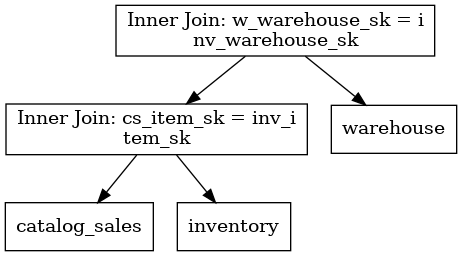
Earlier version of the Graphviz export examples/minimal.png (andygrove/qpml). Its source is kept beside it as examples/minimal.dot. Source of this version:
```dot
digraph G {

node0 [shape=box; label="Inner Join: w_warehouse_sk = i\nnv_warehouse_sk"];
	node0 -> node0_0;
node0_0 [shape=box; label="Inner Join: cs_item_sk = inv_i\ntem_sk"];
	node0_0 -> node0_0_0;
node0_0_0 [shape=box; label="catalog_sales"];
	node0_0 -> node0_0_1;
node0_0_1 [shape=box; label="inventory"];
	node0 -> node0_1;
node0_1 [shape=box; label="warehouse"];
}
```
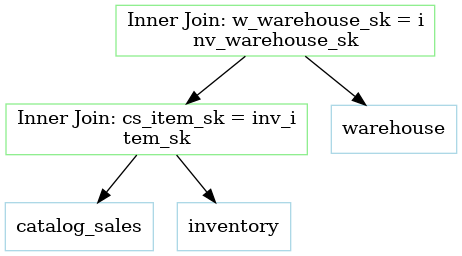
After the commit.

The edit, as a diff of the source:
```diff
@@ -1,12 +1,12 @@
 digraph G {
 
-node0 [shape=box; label="Inner Join: w_warehouse_sk = i\nnv_warehouse_sk"];
+node0 [shape=box; label="Inner Join: w_warehouse_sk = i\nnv_warehouse_sk"; color="lightgreen"];
 	node0 -> node0_0;
-node0_0 [shape=box; label="Inner Join: cs_item_sk = inv_i\ntem_sk"];
+node0_0 [shape=box; label="Inner Join: cs_item_sk = inv_i\ntem_sk"; color="lightgreen"];
 	node0_0 -> node0_0_0;
-node0_0_0 [shape=box; label="catalog_sales"];
+node0_0_0 [shape=box; label="catalog_sales"; color="lightblue"];
 	node0_0 -> node0_0_1;
-node0_0_1 [shape=box; label="inventory"];
+node0_0_1 [shape=box; label="inventory"; color="lightblue"];
 	node0 -> node0_1;
-node0_1 [shape=box; label="warehouse"];
+node0_1 [shape=box; label="warehouse"; color="lightblue"];
 }
```
